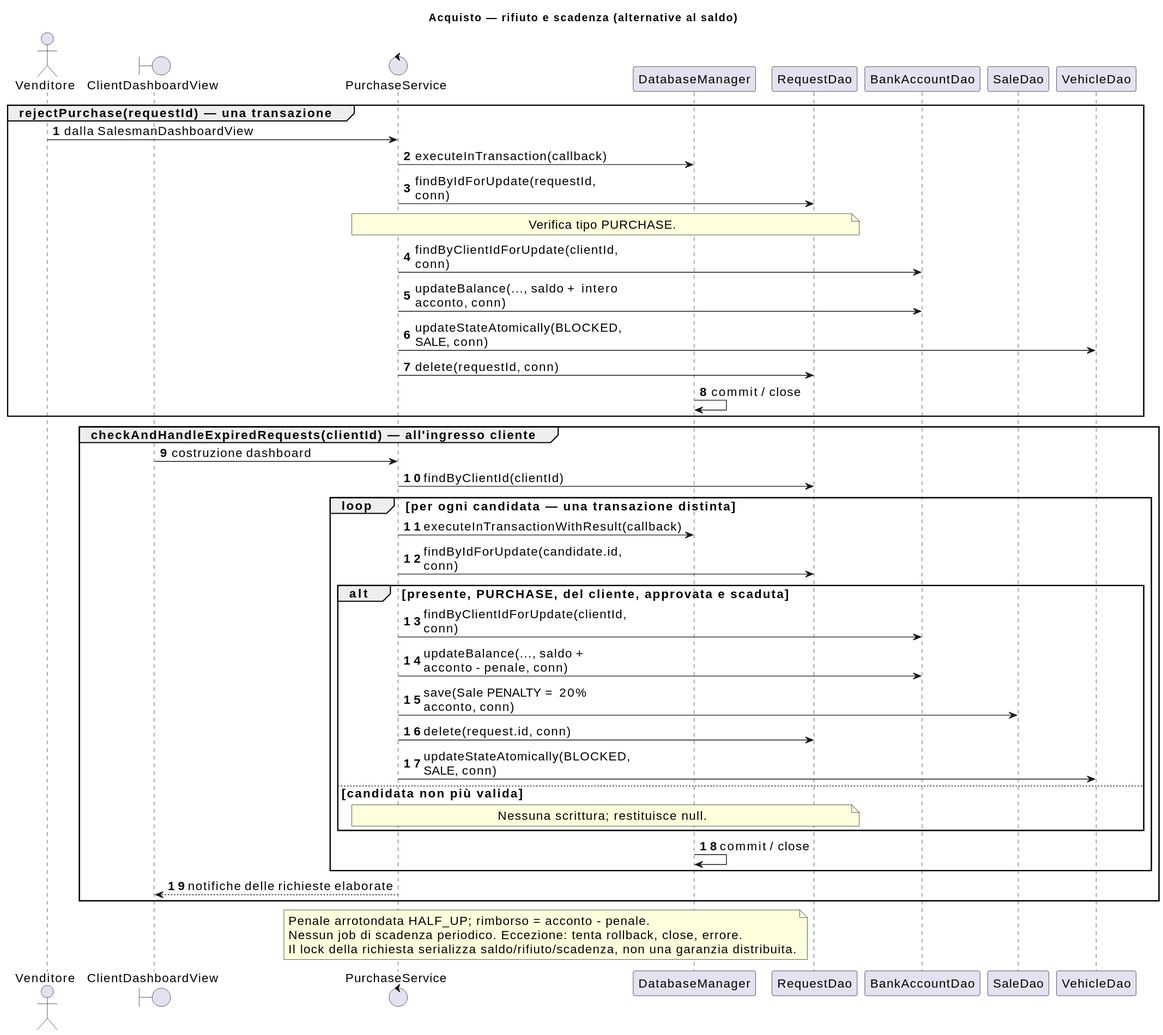
This is docs/diagrams/current/sequence-purchase-outcomes.svg from fededamo/DriveHub, a PlantUML export, as it was before one commit.
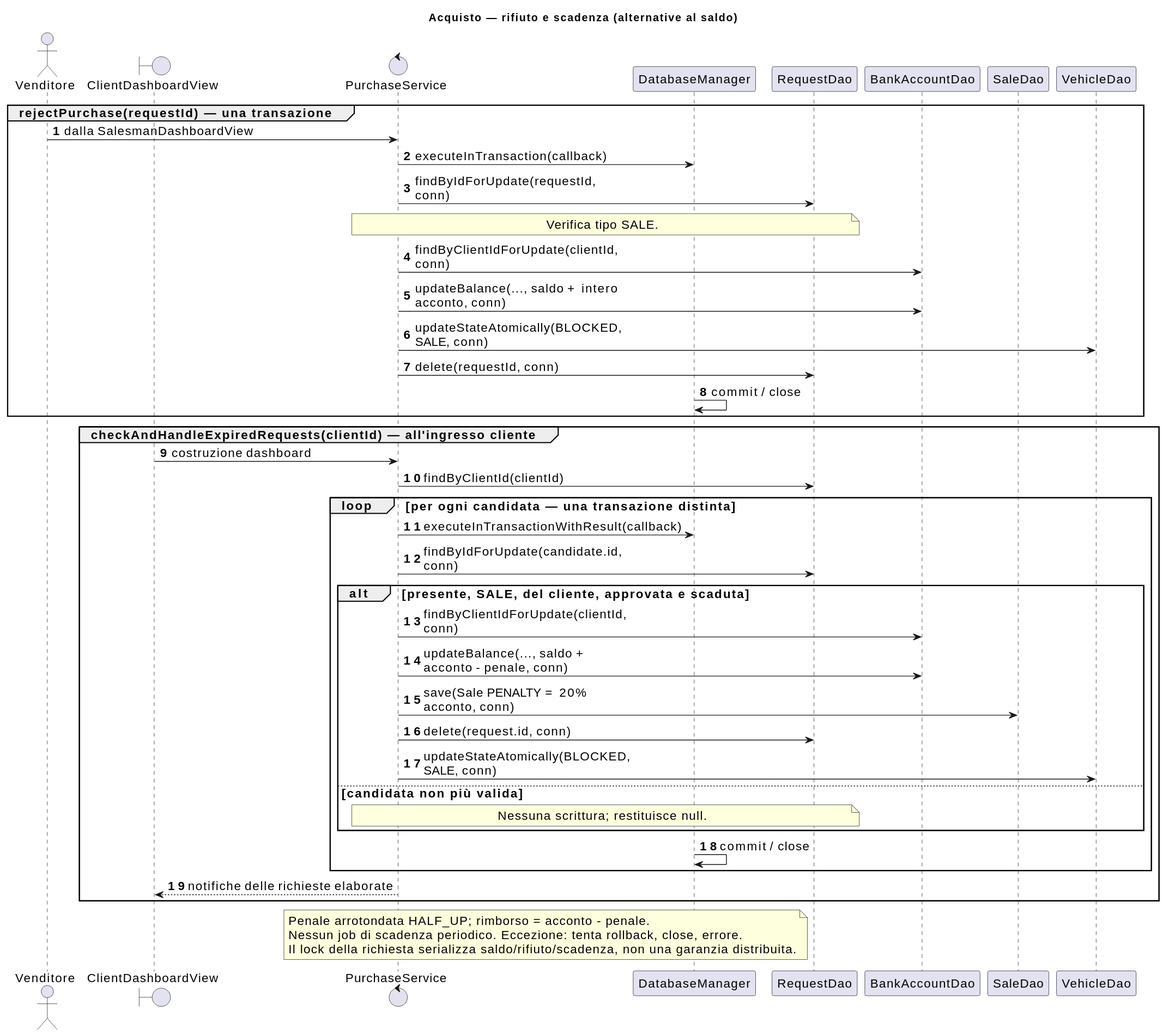
The same diagram one commit later.

The edit, as a diff of the source:
```diff
@@ -16,7 +16,7 @@
 Venditore -> service : dalla SalesmanDashboardView
 service -> db : executeInTransaction(callback)
 service -> request : findByIdForUpdate(requestId, conn)
-note over service,request : Verifica tipo PURCHASE.
+note over service,request : Verifica tipo SALE.
 service -> account : findByClientIdForUpdate(clientId, conn)
 service -> account : updateBalance(..., saldo + intero acconto, conn)
 service -> vehicle : updateStateAtomically(BLOCKED, SALE, conn)
@@ -29,7 +29,7 @@
 loop per ogni candidata — una transazione distinta
 service -> db : executeInTransactionWithResult(callback)
 service -> request : findByIdForUpdate(candidate.id, conn)
-alt presente, PURCHASE, del cliente, approvata e scaduta
+alt presente, SALE, del cliente, approvata e scaduta
 service -> account : findByClientIdForUpdate(clientId, conn)
 service -> account : updateBalance(..., saldo + acconto - penale, conn)
 service -> sale : save(Sale PENALTY = 20% acconto, conn)
```
